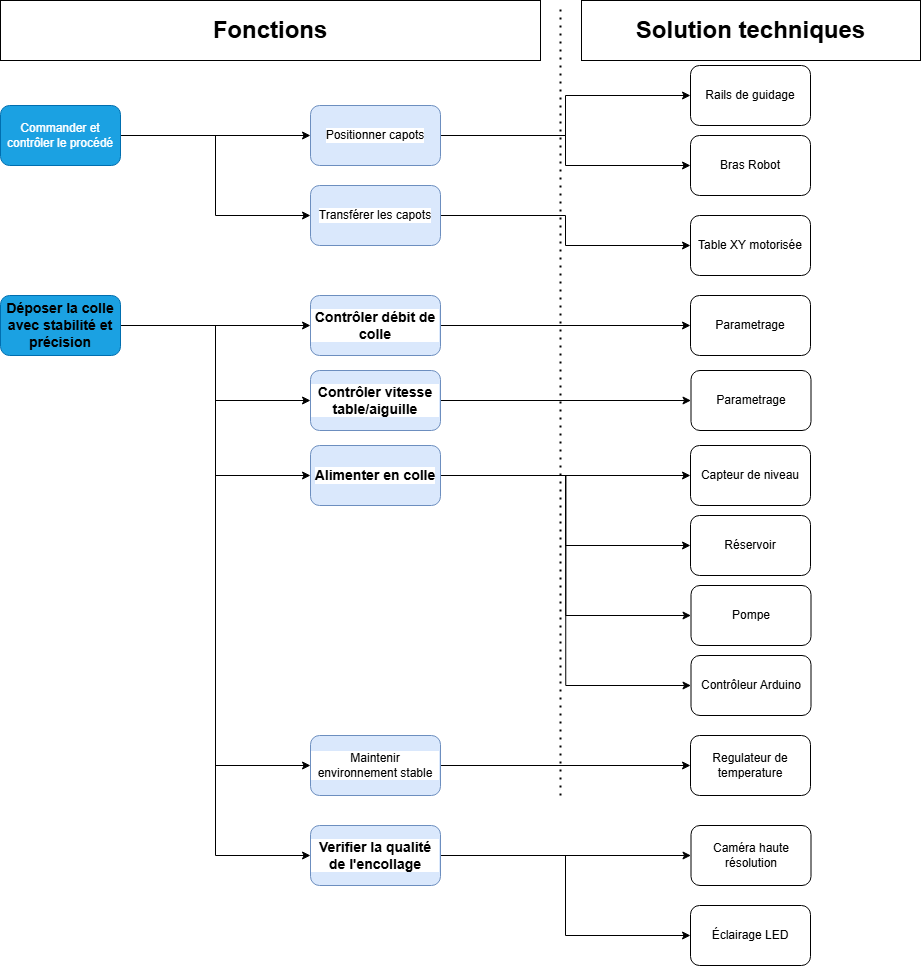
Earlier version of the draw.io export PDCA4/Diagramme_FAST.drawio.png (CharifMah/Systemes_automatises). Source tidied: cells renumbered, new cells last; positions are measured from the earlier drawing's top-left corner, leaving out a move shared by most shapes.
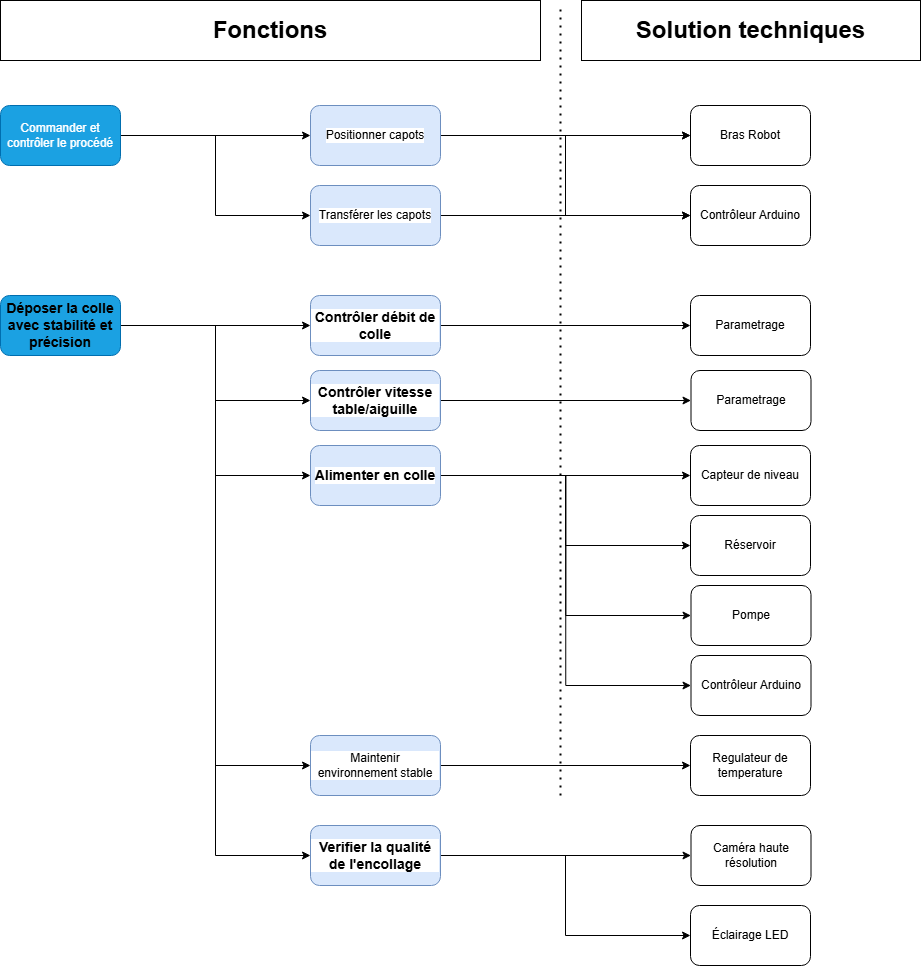
The same diagram one commit later.

What changed in the source:
```diff
@@ -35,9 +35,12 @@
     <mxCell id="12" value="&lt;span style=&quot;font-family: Arial, sans-serif; font-size: 14px; font-weight: 700;&quot;&gt;Alimenter en colle&lt;/span&gt;" style="rounded=1;whiteSpace=wrap;html=1;labelBackgroundColor=default;labelBorderColor=none;textShadow=0;fillColor=#dae8fc;strokeColor=#6c8ebf;" parent="1" vertex="1">
       <mxGeometry x="310" y="445" width="130" height="60" as="geometry" />
     </mxCell>
-    <mxCell id="13" style="edgeStyle=orthogonalEdgeStyle;rounded=0;jettySize=auto;html=1;entryX=0;entryY=0.5;entryDx=0;entryDy=0;" parent="1" edge="1" source="14" target="25">
-      <mxGeometry relative="1" as="geometry" />
-    </mxCell>
+    <mxCell id="46" style="edgeStyle=orthogonalEdgeStyle;rounded=0;jettySize=auto;html=1;entryX=0;entryY=0.5;entryDx=0;entryDy=0;" parent="1" edge="1" source="14" target="36">
+      <mxGeometry relative="1" as="geometry" />
+    </mxCell>
+    <mxCell id="47" style="edgeStyle=orthogonalEdgeStyle;rounded=0;jettySize=auto;html=1;entryX=0;entryY=0.5;entryDx=0;entryDy=0;" parent="1" edge="1" source="14" target="49">
+      <mxGeometry relative="1" as="geometry" />
+    </mxCell>
     <mxCell id="14" value="&lt;div&gt;Transférer les capots&lt;/div&gt;" style="rounded=1;whiteSpace=wrap;html=1;labelBackgroundColor=default;labelBorderColor=none;textShadow=0;fillColor=#dae8fc;strokeColor=#6c8ebf;" parent="1" vertex="1">
       <mxGeometry x="310" y="185" width="130" height="60" as="geometry" />
     </mxCell>
@@ -59,9 +62,9 @@
     <mxCell id="20" style="edgeStyle=orthogonalEdgeStyle;rounded=0;jettySize=auto;html=1;entryX=0;entryY=0.5;entryDx=0;entryDy=0;" parent="1" edge="1" source="22" target="36">
       <mxGeometry relative="1" as="geometry" />
     </mxCell>
-    <mxCell id="21" style="edgeStyle=orthogonalEdgeStyle;rounded=0;jettySize=auto;html=1;entryX=0;entryY=0.5;entryDx=0;entryDy=0;" parent="1" edge="1" source="22" target="45">
-      <mxGeometry relative="1" as="geometry" />
-    </mxCell>
+    <mxCell id="48" style="edgeStyle=orthogonalEdgeStyle;rounded=0;jettySize=auto;html=1;entryX=0;entryY=0.5;entryDx=0;entryDy=0;" parent="1" edge="1" source="22" target="49">
+      <mxGeometry relative="1" as="geometry" />
+    </mxCell>
     <mxCell id="22" value="Positionner capots" style="rounded=1;whiteSpace=wrap;html=1;labelBackgroundColor=default;labelBorderColor=none;textShadow=0;fillColor=#dae8fc;strokeColor=#6c8ebf;" parent="1" vertex="1">
       <mxGeometry x="310" y="105" width="130" height="60" as="geometry" />
     </mxCell>
@@ -71,9 +74,6 @@
     <mxCell id="24" value="Maintenir environnement stable" style="rounded=1;whiteSpace=wrap;html=1;labelBackgroundColor=default;labelBorderColor=none;textShadow=0;fillColor=#dae8fc;strokeColor=#6c8ebf;" parent="1" vertex="1">
       <mxGeometry x="310" y="735" width="130" height="60" as="geometry" />
     </mxCell>
-    <mxCell id="25" value="Table XY motorisée" style="rounded=1;whiteSpace=wrap;html=1;" parent="1" vertex="1">
-      <mxGeometry x="690" y="215" width="120" height="60" as="geometry" />
-    </mxCell>
     <mxCell id="26" style="edgeStyle=orthogonalEdgeStyle;rounded=0;jettySize=auto;html=1;entryX=0;entryY=0.5;entryDx=0;entryDy=0;" parent="1" edge="1" source="27" target="14">
       <mxGeometry relative="1" as="geometry" />
     </mxCell>
@@ -108,7 +108,7 @@
       <mxGeometry x="690" y="735" width="120" height="60" as="geometry" />
     </mxCell>
     <mxCell id="36" value="Bras Robot" style="rounded=1;whiteSpace=wrap;html=1;" parent="1" vertex="1">
-      <mxGeometry x="690" y="135" width="120" height="60" as="geometry" />
+      <mxGeometry x="690" y="105" width="120" height="60" as="geometry" />
     </mxCell>
     <mxCell id="37" value="Réservoir " style="rounded=1;whiteSpace=wrap;html=1;" parent="1" vertex="1">
       <mxGeometry x="690" y="515" width="120" height="60" as="geometry" />
@@ -134,8 +134,8 @@
     <mxCell id="44" value="Éclairage LED" style="rounded=1;whiteSpace=wrap;html=1;" parent="1" vertex="1">
       <mxGeometry x="690" y="905" width="120" height="60" as="geometry" />
     </mxCell>
-    <mxCell id="45" value="Rails de guidage" style="rounded=1;whiteSpace=wrap;html=1;" parent="1" vertex="1">
-      <mxGeometry x="690" y="65" width="120" height="60" as="geometry" />
-    </mxCell>
+    <mxCell id="49" value="Contrôleur Arduino" style="rounded=1;whiteSpace=wrap;html=1;" parent="1" vertex="1">
+      <mxGeometry x="690" y="185" width="120" height="60" as="geometry" />
+    </mxCell>
   </root>
 </mxGraphModel>
```
